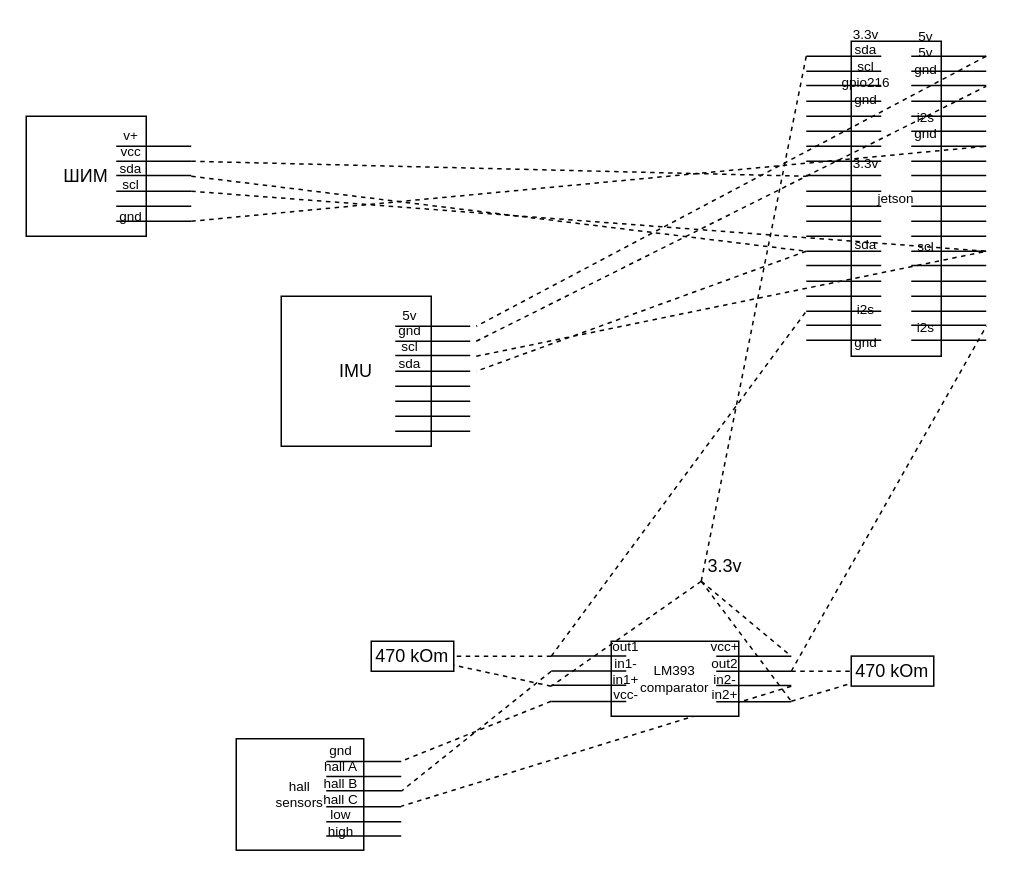
Above: images/ballsbot 1.10.drawio in jumpercc/ballsbot (draw.io), before the change. Source tidied: cells renumbered, new cells numbered last; positions are measured from the earlier drawing's top-left corner, leaving out a move shared by most shapes. Both pictures are drawn from the tidied source at 150%, with x=0, y=0 at pixel (26, 40).
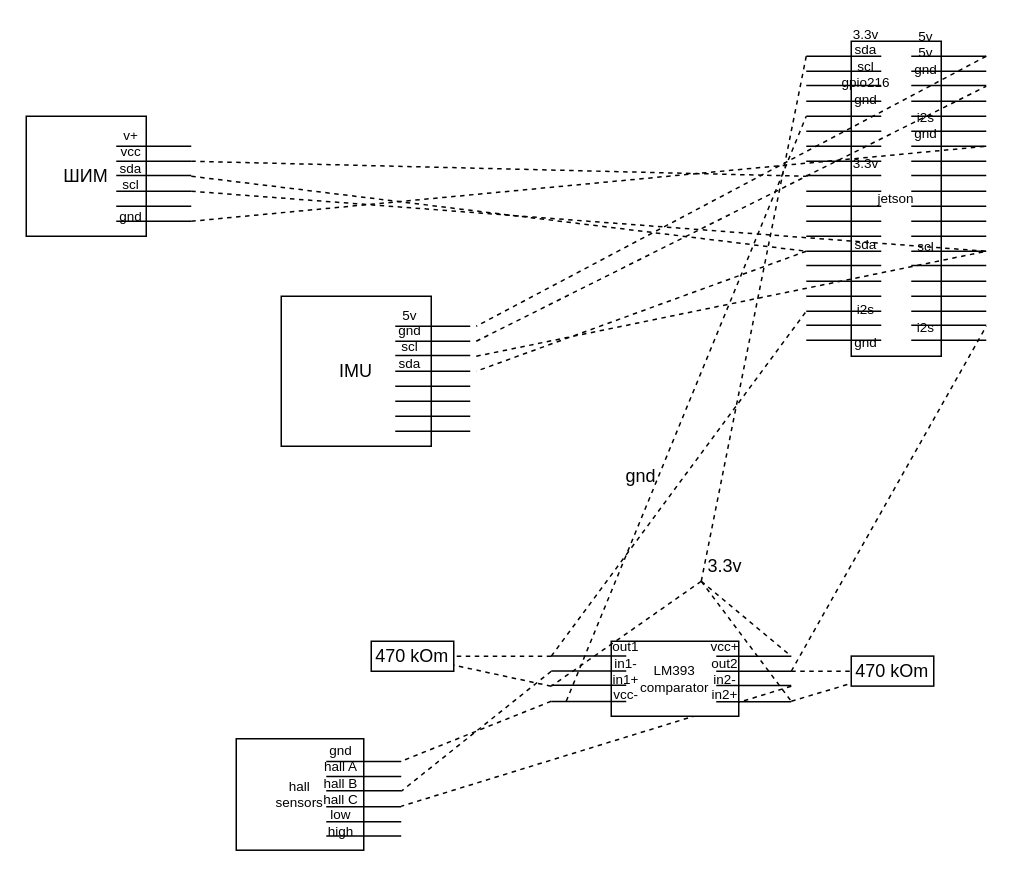
After the change.

What changed in the source:
```diff
@@
+    <mxCell id="106" style="endArrow=none;dashed=1;html=1;" parent="1" edge="1">
+      <mxGeometry relative="1" as="geometry">
+        <mxPoint x="360" y="440" as="sourcePoint" />
+        <mxPoint x="520" y="50" as="targetPoint" />
+      </mxGeometry>
+    </mxCell>
+    <mxCell id="107" value="gnd" style="text;html=1;strokeColor=none;fillColor=none;align=center;verticalAlign=middle;whiteSpace=wrap;rounded=0;" parent="1" vertex="1">
+      <mxGeometry x="390" y="280" width="40" height="20" as="geometry" />
+    </mxCell>
```
